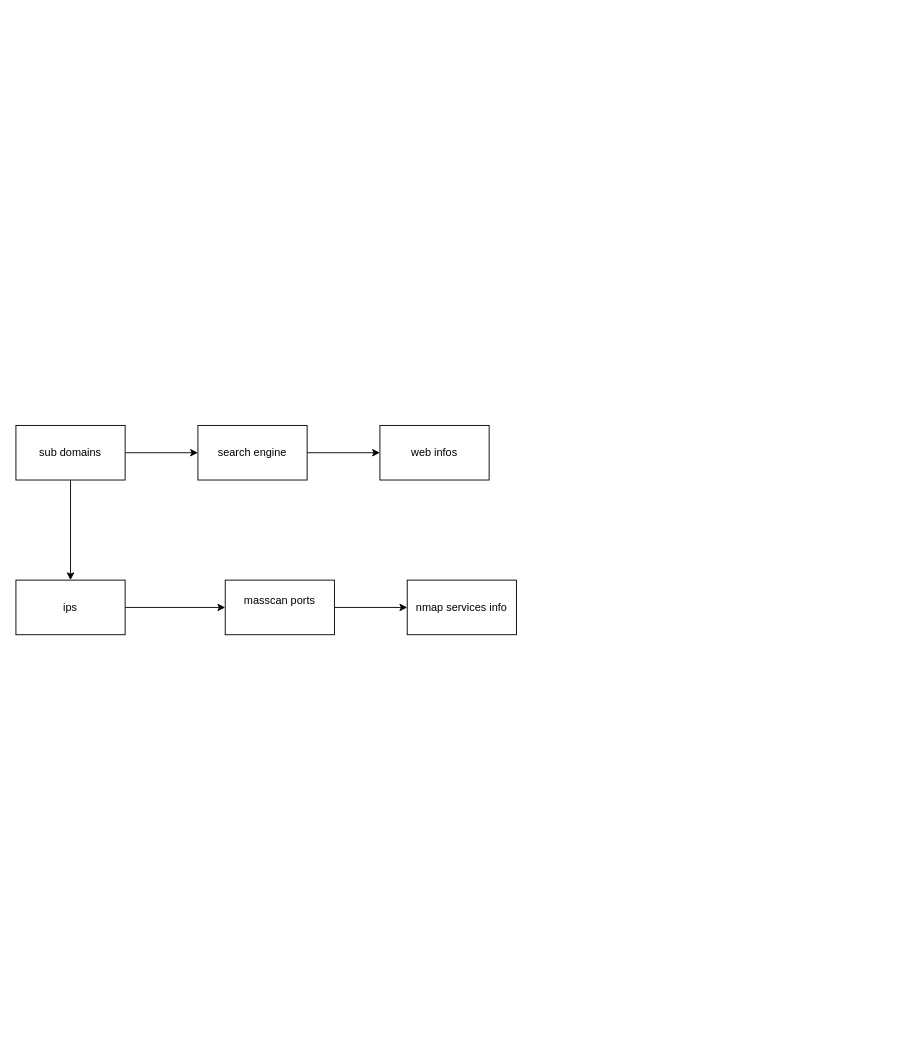
ntestoc3/docs keeps this draw.io diagram as recon workflow.drawio. Above is the earlier version. Source tidied: cells renumbered, new cells numbered last; positions are measured from the earlier drawing's top-left corner, leaving out a move shared by most shapes. Both pictures are drawn from the tidied source at 91%, with x=0, y=0 at pixel (15, 425).
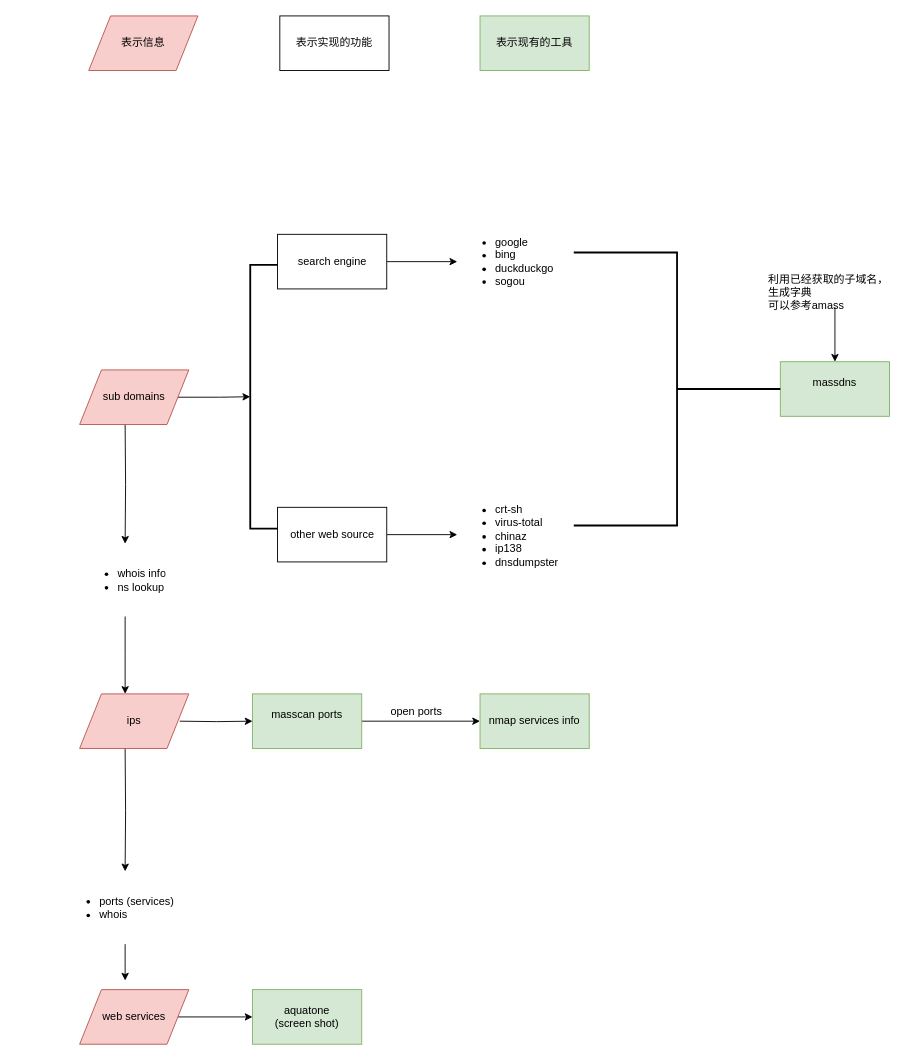
Above is the later version.

Change to the diagram source:
```diff
@@
-    <mxCell id="2" style="edgeStyle=orthogonalEdgeStyle;rounded=0;jettySize=auto;html=1;" parent="1" edge="1" source="4" target="9">
-      <mxGeometry relative="1" as="geometry" />
-    </mxCell>
-    <mxCell id="3" style="edgeStyle=orthogonalEdgeStyle;rounded=0;jettySize=auto;html=1;" parent="1" edge="1" source="4" target="6">
-      <mxGeometry relative="1" as="geometry" />
-    </mxCell>
-    <mxCell id="4" value="sub domains&lt;br&gt;" style="rounded=0;whiteSpace=wrap;html=1;" parent="1" vertex="1">
-      <mxGeometry width="120" height="60" as="geometry" />
-    </mxCell>
-    <mxCell id="5" style="edgeStyle=orthogonalEdgeStyle;rounded=0;jettySize=auto;html=1;" parent="1" edge="1" source="6" target="7">
-      <mxGeometry relative="1" as="geometry" />
-    </mxCell>
+    <mxCell id="13" style="edgeStyle=orthogonalEdgeStyle;rounded=0;jettySize=auto;html=1;entryX=0.5;entryY=0;entryDx=0;entryDy=0;" parent="1" edge="1" target="22">
+      <mxGeometry relative="1" as="geometry">
+        <mxPoint x="120" y="-1" as="sourcePoint" />
+      </mxGeometry>
+    </mxCell>
+    <mxCell id="14" style="edgeStyle=orthogonalEdgeStyle;rounded=0;jettySize=auto;html=1;" parent="1" edge="1" source="6" target="19">
+      <mxGeometry relative="1" as="geometry" />
+    </mxCell>
     <mxCell id="6" value="search engine&lt;br&gt;" style="rounded=0;whiteSpace=wrap;html=1;" parent="1" vertex="1">
-      <mxGeometry x="200" width="120" height="60" as="geometry" />
+      <mxGeometry x="287.5" y="-210" width="120" height="60" as="geometry" />
     </mxCell>
+    <mxCell id="15" style="edgeStyle=orthogonalEdgeStyle;rounded=0;jettySize=auto;html=1;" parent="1" edge="1" source="7" target="20">
+      <mxGeometry relative="1" as="geometry" />
+    </mxCell>
-    <mxCell id="7" value="web infos&lt;br&gt;" style="rounded=0;whiteSpace=wrap;html=1;" parent="1" vertex="1">
-      <mxGeometry x="400" width="120" height="60" as="geometry" />
+    <mxCell id="7" value="other web source&lt;br&gt;" style="rounded=0;whiteSpace=wrap;html=1;" parent="1" vertex="1">
+      <mxGeometry x="287.5" y="90" width="120" height="60" as="geometry" />
     </mxCell>
+    <mxCell id="16" value="massdns&lt;br&gt;&lt;br&gt;" style="rounded=0;whiteSpace=wrap;html=1;fillColor=#d5e8d4;strokeColor=#82b366;" parent="1" vertex="1">
+      <mxGeometry x="840" y="-70" width="120" height="60" as="geometry" />
+    </mxCell>
-    <mxCell id="8" style="edgeStyle=orthogonalEdgeStyle;rounded=0;jettySize=auto;html=1;" parent="1" edge="1" source="9" target="11">
-      <mxGeometry relative="1" as="geometry" />
+    <mxCell id="8" style="edgeStyle=orthogonalEdgeStyle;rounded=0;jettySize=auto;html=1;" parent="1" edge="1" target="11">
+      <mxGeometry relative="1" as="geometry">
+        <mxPoint x="180" y="325" as="sourcePoint" />
+      </mxGeometry>
     </mxCell>
-    <mxCell id="9" value="ips&lt;br&gt;" style="rounded=0;whiteSpace=wrap;html=1;" parent="1" vertex="1">
-      <mxGeometry y="170" width="120" height="60" as="geometry" />
-    </mxCell>
+    <mxCell id="17" style="edgeStyle=orthogonalEdgeStyle;rounded=0;jettySize=auto;html=1;" parent="1" edge="1" target="24">
+      <mxGeometry relative="1" as="geometry">
+        <mxPoint x="120" y="355" as="sourcePoint" />
+      </mxGeometry>
+    </mxCell>
+    <mxCell id="18" value="aquatone&lt;br&gt;(screen shot)&lt;br&gt;" style="rounded=0;whiteSpace=wrap;html=1;fillColor=#d5e8d4;strokeColor=#82b366;" parent="1" vertex="1">
+      <mxGeometry x="260" y="620" width="120" height="60" as="geometry" />
+    </mxCell>
@@
-    <mxCell id="11" value="masscan ports&lt;br&gt;&lt;br&gt;" style="rounded=0;whiteSpace=wrap;html=1;" parent="1" vertex="1">
-      <mxGeometry x="230" y="170" width="120" height="60" as="geometry" />
+    <mxCell id="11" value="masscan ports&lt;br&gt;&lt;br&gt;" style="rounded=0;whiteSpace=wrap;html=1;fillColor=#d5e8d4;strokeColor=#82b366;" parent="1" vertex="1">
+      <mxGeometry x="260" y="295" width="120" height="60" as="geometry" />
     </mxCell>
-    <mxCell id="12" value="nmap services info&lt;br&gt;" style="rounded=0;whiteSpace=wrap;html=1;" parent="1" vertex="1">
-      <mxGeometry x="430" y="170" width="120" height="60" as="geometry" />
+    <mxCell id="12" value="nmap services info&lt;br&gt;" style="rounded=0;whiteSpace=wrap;html=1;fillColor=#d5e8d4;strokeColor=#82b366;" parent="1" vertex="1">
+      <mxGeometry x="510" y="295" width="120" height="60" as="geometry" />
     </mxCell>
+    <mxCell id="19" value="&lt;ul&gt;&lt;li&gt;google&lt;/li&gt;&lt;li&gt;bing&lt;/li&gt;&lt;li&gt;duckduckgo&lt;/li&gt;&lt;li&gt;sogou&amp;nbsp;&lt;/li&gt;&lt;/ul&gt;" style="text;strokeColor=none;fillColor=none;html=1;whiteSpace=wrap;verticalAlign=middle;overflow=hidden;direction=east;" parent="1" vertex="1">
+      <mxGeometry x="485" y="-225" width="155" height="90" as="geometry" />
+    </mxCell>
+    <mxCell id="20" value="&lt;ul&gt;&lt;li&gt;crt-sh&lt;/li&gt;&lt;li&gt;virus-total&lt;/li&gt;&lt;li&gt;chinaz&lt;/li&gt;&lt;li&gt;ip138&lt;/li&gt;&lt;li&gt;dnsdumpster&lt;br&gt;&lt;/li&gt;&lt;/ul&gt;" style="text;strokeColor=none;fillColor=none;html=1;whiteSpace=wrap;verticalAlign=middle;overflow=hidden;" parent="1" vertex="1">
+      <mxGeometry x="485" y="71.5" width="150" height="97" as="geometry" />
+    </mxCell>
+    <mxCell id="21" style="edgeStyle=orthogonalEdgeStyle;rounded=0;jettySize=auto;html=1;entryX=0.5;entryY=0;entryDx=0;entryDy=0;" parent="1" edge="1" source="22">
+      <mxGeometry relative="1" as="geometry">
+        <mxPoint x="120" y="295" as="targetPoint" />
+      </mxGeometry>
+    </mxCell>
+    <mxCell id="22" value="&lt;ul&gt;&lt;li&gt;whois info&lt;/li&gt;&lt;li&gt;ns lookup&lt;/li&gt;&lt;/ul&gt;" style="text;strokeColor=none;fillColor=none;html=1;whiteSpace=wrap;verticalAlign=middle;overflow=hidden;" parent="1" vertex="1">
+      <mxGeometry x="70" y="130" width="100" height="80" as="geometry" />
+    </mxCell>
+    <mxCell id="23" style="edgeStyle=orthogonalEdgeStyle;rounded=0;jettySize=auto;html=1;" parent="1" edge="1" source="24">
+      <mxGeometry relative="1" as="geometry">
+        <mxPoint x="120" y="610" as="targetPoint" />
+      </mxGeometry>
+    </mxCell>
+    <mxCell id="24" value="&lt;ul&gt;&lt;li&gt;ports (services)&lt;/li&gt;&lt;li&gt;whois&lt;/li&gt;&lt;/ul&gt;" style="text;strokeColor=none;fillColor=none;html=1;whiteSpace=wrap;verticalAlign=middle;overflow=hidden;" parent="1" vertex="1">
+      <mxGeometry x="50" y="490" width="140" height="80" as="geometry" />
+    </mxCell>
+    <mxCell id="25" value="open ports&lt;br&gt;&lt;br&gt;" style="text;html=1;align=left;verticalAlign=top;spacingTop=-4;" parent="1" vertex="1">
+      <mxGeometry x="410" y="305" width="70" height="30" as="geometry" />
+    </mxCell>
+    <mxCell id="26" style="strokeWidth=2;html=1;shape=mxgraph.flowchart.annotation_2;align=left;direction=west;" parent="1" vertex="1">
+      <mxGeometry x="613" y="-190" width="227" height="300" as="geometry" />
+    </mxCell>
+    <mxCell id="27" style="edgeStyle=orthogonalEdgeStyle;rounded=0;jettySize=auto;html=1;" parent="1" edge="1" source="28" target="16">
+      <mxGeometry relative="1" as="geometry" />
+    </mxCell>
+    <mxCell id="28" value="利用已经获取的子域名，&lt;br&gt;生成字典&lt;br&gt;可以参考amass" style="text;html=1;points=[];align=left;verticalAlign=top;spacingTop=-4;" parent="1" vertex="1">
+      <mxGeometry x="825" y="-170" width="150" height="40" as="geometry" />
+    </mxCell>
+    <mxCell id="29" style="strokeWidth=2;html=1;shape=mxgraph.flowchart.annotation_1;align=left;" parent="1" vertex="1">
+      <mxGeometry x="257.5" y="-176.5" width="30" height="290" as="geometry" />
+    </mxCell>
+    <mxCell id="30" style="edgeStyle=orthogonalEdgeStyle;rounded=0;jettySize=auto;html=1;entryX=0;entryY=0.5;entryDx=0;entryDy=0;entryPerimeter=0;" parent="1" edge="1" source="4" target="29">
+      <mxGeometry relative="1" as="geometry" />
+    </mxCell>
+    <mxCell id="4" value="&lt;span&gt;sub domains&lt;/span&gt;" style="shape=parallelogram;perimeter=parallelogramPerimeter;whiteSpace=wrap;html=1;rounded=0;shadow=0;glass=0;comic=0;fillColor=#f8cecc;strokeColor=#b85450;" parent="1" vertex="1">
+      <mxGeometry x="70" y="-61" width="120" height="60" as="geometry" />
+    </mxCell>
+    <mxCell id="9" value="&lt;span&gt;ips&lt;/span&gt;" style="shape=parallelogram;perimeter=parallelogramPerimeter;whiteSpace=wrap;html=1;rounded=0;shadow=0;glass=0;comic=0;fillColor=#f8cecc;strokeColor=#b85450;" parent="1" vertex="1">
+      <mxGeometry x="70" y="295" width="120" height="60" as="geometry" />
+    </mxCell>
+    <mxCell id="31" style="edgeStyle=orthogonalEdgeStyle;rounded=0;jettySize=auto;html=1;" parent="1" edge="1" source="32" target="18">
+      <mxGeometry relative="1" as="geometry" />
+    </mxCell>
+    <mxCell id="32" value="&lt;span&gt;web services&lt;/span&gt;" style="shape=parallelogram;perimeter=parallelogramPerimeter;whiteSpace=wrap;html=1;rounded=0;shadow=0;glass=0;comic=0;fillColor=#f8cecc;strokeColor=#b85450;" parent="1" vertex="1">
+      <mxGeometry x="70" y="620" width="120" height="60" as="geometry" />
+    </mxCell>
+    <mxCell id="33" value="表示信息&lt;br&gt;" style="shape=parallelogram;perimeter=parallelogramPerimeter;whiteSpace=wrap;html=1;rounded=0;shadow=0;glass=0;comic=0;fillColor=#f8cecc;strokeColor=#b85450;" parent="1" vertex="1">
+      <mxGeometry x="80" y="-450" width="120" height="60" as="geometry" />
+    </mxCell>
+    <mxCell id="34" value="表示实现的功能" style="rounded=0;whiteSpace=wrap;html=1;shadow=0;glass=0;comic=0;" parent="1" vertex="1">
+      <mxGeometry x="290" y="-450" width="120" height="60" as="geometry" />
+    </mxCell>
+    <mxCell id="35" value="表示现有的工具" style="rounded=0;whiteSpace=wrap;html=1;shadow=0;glass=0;comic=0;fillColor=#d5e8d4;strokeColor=#82b366;" parent="1" vertex="1">
+      <mxGeometry x="510" y="-450" width="120" height="60" as="geometry" />
+    </mxCell>
```
